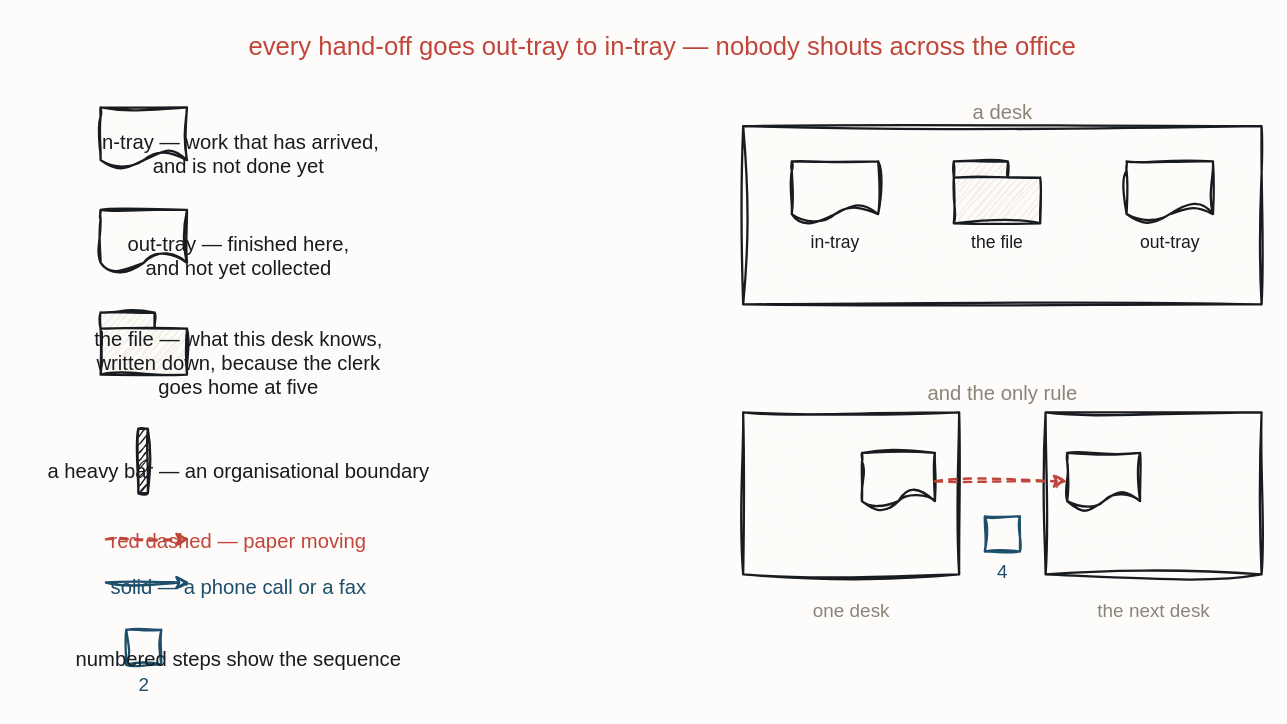
Before: resources/paper-notation-key.drawio in iancooper/practical-messaging, a draw.io diagram. Source tidied: cells renumbered, new cells numbered last; positions are measured from the earlier drawing's top-left corner, leaving out a move shared by most shapes. Both pictures are drawn from the tidied source at 135%, with x=0, y=0 at pixel (100, 23).
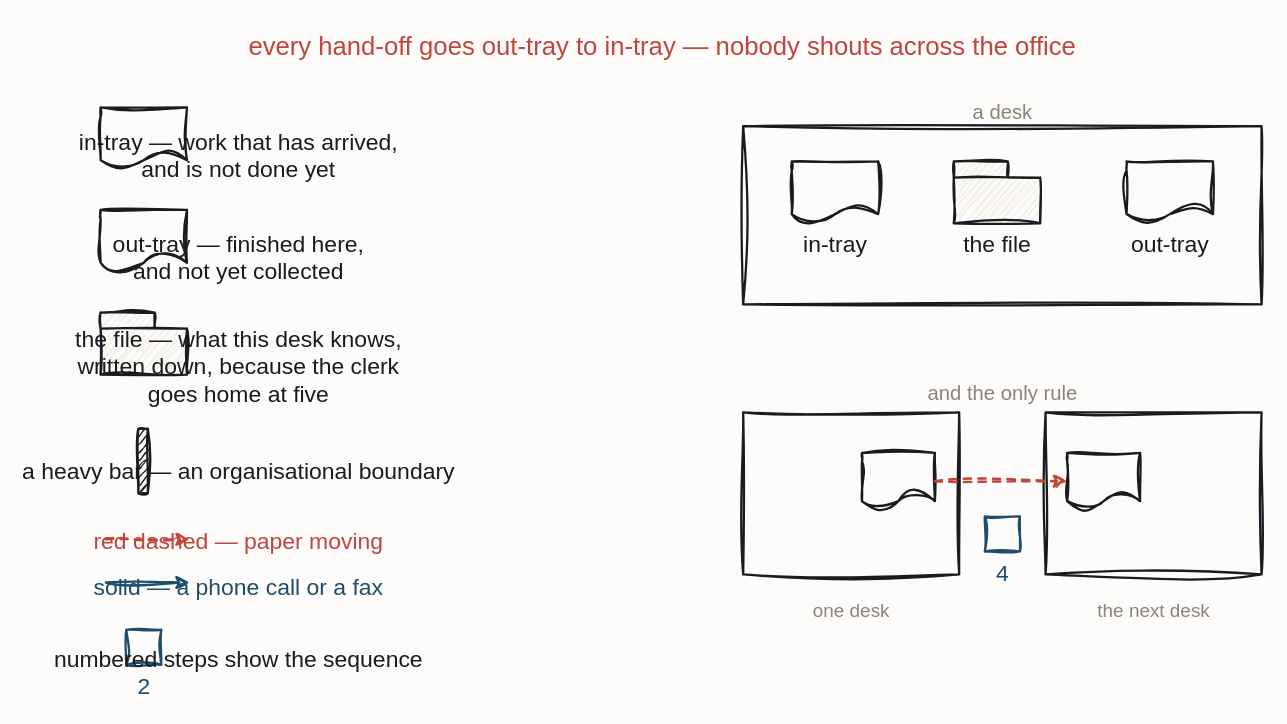
The same page after the edit.

The change refers to these unchanged cells:
```xml
<mxCell id="23" style="sketch=1;hachureGap=4;jiggle=2;curveFitting=1;fontFamily=Caveat;html=1;shape=document;boundedLbl=1;verticalLabelPosition=bottom;verticalAlign=top;strokeColor=#181B1F;strokeWidth=1.7;fillColor=#FDFCFA;fontColor=#181B1F;fontSize=13;" parent="1" vertex="1">
  <mxGeometry x="564" y="318" width="54" height="42" as="geometry" />
</mxCell>
<mxCell id="24" style="sketch=1;hachureGap=4;jiggle=2;curveFitting=1;fontFamily=Caveat;html=1;shape=document;boundedLbl=1;verticalLabelPosition=bottom;verticalAlign=top;strokeColor=#181B1F;strokeWidth=1.7;fillColor=#FDFCFA;fontColor=#181B1F;fontSize=13;" parent="1" vertex="1">
  <mxGeometry x="716" y="318" width="54" height="42" as="geometry" />
</mxCell>
```

What changed in the source:
```diff
@@
-    <mxCell id="4" value="in-tray — work that has arrived,&#10;and is not done yet" style="text;html=1;align=center;fontFamily=Caveat;fontSize=15;fontColor=#181B1F;" parent="1" vertex="1">
+    <mxCell id="4" value="in-tray — work that has arrived,&#10;and is not done yet" style="text;html=1;align=center;fontFamily=Caveat;fontSize=17;fontColor=#181B1F;" parent="1" vertex="1">
       <mxGeometry x="42" y="72" width="120" height="20" as="geometry" />
     </mxCell>
@@
-    <mxCell id="6" value="out-tray — finished here,&#10;and not yet collected" style="text;html=1;align=center;fontFamily=Caveat;fontSize=15;fontColor=#181B1F;" parent="1" vertex="1">
+    <mxCell id="6" value="out-tray — finished here,&#10;and not yet collected" style="text;html=1;align=center;fontFamily=Caveat;fontSize=17;fontColor=#181B1F;" parent="1" vertex="1">
       <mxGeometry x="42" y="148" width="120" height="20" as="geometry" />
     </mxCell>
@@
-    <mxCell id="8" value="the file — what this desk knows,&#10;written down, because the clerk&#10;goes home at five" style="text;html=1;align=center;fontFamily=Caveat;fontSize=15;fontColor=#181B1F;" parent="1" vertex="1">
+    <mxCell id="8" value="the file — what this desk knows,&#10;written down, because the clerk&#10;goes home at five" style="text;html=1;align=center;fontFamily=Caveat;fontSize=17;fontColor=#181B1F;" parent="1" vertex="1">
       <mxGeometry x="42" y="218" width="120" height="20" as="geometry" />
     </mxCell>
@@
-    <mxCell id="10" value="a heavy bar — an organisational boundary" style="text;html=1;align=center;fontFamily=Caveat;fontSize=15;fontColor=#181B1F;" parent="1" vertex="1">
+    <mxCell id="10" value="a heavy bar — an organisational boundary" style="text;html=1;align=center;fontFamily=Caveat;fontSize=17;fontColor=#181B1F;" parent="1" vertex="1">
       <mxGeometry x="42" y="316" width="120" height="20" as="geometry" />
     </mxCell>
-    <mxCell id="11" value="red dashed — paper moving" style="text;html=1;align=center;fontFamily=Caveat;fontSize=15;fontColor=#C0453B;" parent="1" vertex="1">
+    <mxCell id="11" value="red dashed — paper moving" style="text;html=1;align=center;fontFamily=Caveat;fontSize=17;fontColor=#C0453B;" parent="1" vertex="1">
       <mxGeometry x="42" y="368" width="120" height="20" as="geometry" />
     </mxCell>
-    <mxCell id="12" value="solid — a phone call or a fax" style="text;html=1;align=center;fontFamily=Caveat;fontSize=15;fontColor=#1D4E6B;" parent="1" vertex="1">
+    <mxCell id="12" value="solid — a phone call or a fax" style="text;html=1;align=center;fontFamily=Caveat;fontSize=17;fontColor=#1D4E6B;" parent="1" vertex="1">
       <mxGeometry x="42" y="402" width="120" height="20" as="geometry" />
     </mxCell>
-    <mxCell id="13" value="2" style="sketch=1;hachureGap=4;jiggle=2;curveFitting=1;fontFamily=Caveat;html=1;rounded=0;verticalLabelPosition=bottom;verticalAlign=top;strokeColor=#1D4E6B;strokeWidth=1.7;fillColor=#FDFCFA;fontColor=#1D4E6B;fontSize=14;" parent="1" vertex="1">
+    <mxCell id="13" value="2" style="sketch=1;hachureGap=4;jiggle=2;curveFitting=1;fontFamily=Caveat;html=1;rounded=0;verticalLabelPosition=bottom;verticalAlign=top;strokeColor=#1D4E6B;strokeWidth=1.7;fillColor=#FDFCFA;fontColor=#1D4E6B;fontSize=17;" parent="1" vertex="1">
       <mxGeometry x="19" y="449" width="26" height="26" as="geometry" />
     </mxCell>
-    <mxCell id="14" value="numbered steps show the sequence" style="text;html=1;align=center;fontFamily=Caveat;fontSize=15;fontColor=#181B1F;" parent="1" vertex="1">
+    <mxCell id="14" value="numbered steps show the sequence" style="text;html=1;align=center;fontFamily=Caveat;fontSize=17;fontColor=#181B1F;" parent="1" vertex="1">
       <mxGeometry x="42" y="455" width="120" height="20" as="geometry" />
     </mxCell>
@@
-    <mxCell id="17" value="in-tray" style="sketch=1;hachureGap=4;jiggle=2;curveFitting=1;fontFamily=Caveat;html=1;shape=document;boundedLbl=1;verticalLabelPosition=bottom;verticalAlign=top;strokeColor=#181B1F;strokeWidth=1.7;fillColor=#FDFCFA;fontColor=#181B1F;fontSize=13;" parent="1" vertex="1">
+    <mxCell id="17" value="in-tray" style="sketch=1;hachureGap=4;jiggle=2;curveFitting=1;fontFamily=Caveat;html=1;shape=document;boundedLbl=1;verticalLabelPosition=bottom;verticalAlign=top;strokeColor=#181B1F;strokeWidth=1.7;fillColor=#FDFCFA;fontColor=#181B1F;fontSize=17;" parent="1" vertex="1">
       <mxGeometry x="512" y="102" width="64" height="46" as="geometry" />
     </mxCell>
-    <mxCell id="18" value="the file" style="sketch=1;hachureGap=4;jiggle=2;curveFitting=1;fontFamily=Caveat;html=1;shape=folder;tabWidth=40;tabHeight=12;tabPosition=left;verticalLabelPosition=bottom;verticalAlign=top;strokeColor=#181B1F;strokeWidth=1.7;fillColor=#F3EFE6;fontColor=#181B1F;fontSize=13;" parent="1" vertex="1">
+    <mxCell id="18" value="the file" style="sketch=1;hachureGap=4;jiggle=2;curveFitting=1;fontFamily=Caveat;html=1;shape=folder;tabWidth=40;tabHeight=12;tabPosition=left;verticalLabelPosition=bottom;verticalAlign=top;strokeColor=#181B1F;strokeWidth=1.7;fillColor=#F3EFE6;fontColor=#181B1F;fontSize=17;" parent="1" vertex="1">
       <mxGeometry x="632" y="102" width="64" height="46" as="geometry" />
     </mxCell>
-    <mxCell id="19" value="out-tray" style="sketch=1;hachureGap=4;jiggle=2;curveFitting=1;fontFamily=Caveat;html=1;shape=document;boundedLbl=1;verticalLabelPosition=bottom;verticalAlign=top;strokeColor=#181B1F;strokeWidth=1.7;fillColor=#FDFCFA;fontColor=#181B1F;fontSize=13;" parent="1" vertex="1">
+    <mxCell id="19" value="out-tray" style="sketch=1;hachureGap=4;jiggle=2;curveFitting=1;fontFamily=Caveat;html=1;shape=document;boundedLbl=1;verticalLabelPosition=bottom;verticalAlign=top;strokeColor=#181B1F;strokeWidth=1.7;fillColor=#FDFCFA;fontColor=#181B1F;fontSize=17;" parent="1" vertex="1">
       <mxGeometry x="760" y="102" width="64" height="46" as="geometry" />
     </mxCell>
@@
-    <mxCell id="25" value="4" style="sketch=1;hachureGap=4;jiggle=2;curveFitting=1;fontFamily=Caveat;html=1;rounded=0;verticalLabelPosition=bottom;verticalAlign=top;strokeColor=#1D4E6B;strokeWidth=1.7;fillColor=#FDFCFA;fontColor=#1D4E6B;fontSize=14;" parent="1" vertex="1">
+    <mxCell id="25" value="4" style="sketch=1;hachureGap=4;jiggle=2;curveFitting=1;fontFamily=Caveat;html=1;rounded=0;verticalLabelPosition=bottom;verticalAlign=top;strokeColor=#1D4E6B;strokeWidth=1.7;fillColor=#FDFCFA;fontColor=#1D4E6B;fontSize=17;" parent="1" vertex="1">
       <mxGeometry x="655" y="365" width="26" height="26" as="geometry" />
     </mxCell>
@@
-    <mxCell id="28" style="sketch=1;jiggle=2;curveFitting=1;edgeStyle=none;rounded=0;strokeColor=#C0453B;strokeWidth=1.8;fontFamily=Caveat;fontSize=15;fontColor=#C0453B;html=1;dashed=1;" parent="1" edge="1">
+    <mxCell id="28" style="sketch=1;jiggle=2;curveFitting=1;edgeStyle=none;rounded=0;strokeColor=#C0453B;strokeWidth=1.8;fontFamily=Caveat;fontSize=17;fontColor=#C0453B;html=1;dashed=1;" parent="1" edge="1">
       <mxGeometry relative="1" as="geometry">
         <mxPoint x="4" y="382" as="sourcePoint" />
         <mxPoint x="66" y="382" as="targetPoint" />
       </mxGeometry>
     </mxCell>
-    <mxCell id="29" style="sketch=1;jiggle=2;curveFitting=1;edgeStyle=none;rounded=0;strokeColor=#1D4E6B;strokeWidth=1.8;fontFamily=Caveat;fontSize=15;fontColor=#1D4E6B;html=1;" parent="1" edge="1">
+    <mxCell id="29" style="sketch=1;jiggle=2;curveFitting=1;edgeStyle=none;rounded=0;strokeColor=#1D4E6B;strokeWidth=1.8;fontFamily=Caveat;fontSize=17;fontColor=#1D4E6B;html=1;" parent="1" edge="1">
       <mxGeometry relative="1" as="geometry">
         <mxPoint x="4" y="414" as="sourcePoint" />
         <mxPoint x="66" y="414" as="targetPoint" />
       </mxGeometry>
     </mxCell>
-    <mxCell id="30" style="sketch=1;jiggle=2;curveFitting=1;edgeStyle=none;rounded=0;strokeColor=#C0453B;strokeWidth=1.8;fontFamily=Caveat;fontSize=15;fontColor=#C0453B;html=1;dashed=1;exitX=1.0;exitY=0.5;exitDx=0;exitDy=0;entryX=0.0;entryY=0.5;entryDx=0;entryDy=0;" parent="1" edge="1" source="23" target="24">
+    <mxCell id="30" style="sketch=1;jiggle=2;curveFitting=1;edgeStyle=none;rounded=0;strokeColor=#C0453B;strokeWidth=1.8;fontFamily=Caveat;fontSize=17;fontColor=#C0453B;html=1;dashed=1;exitX=1.0;exitY=0.5;exitDx=0;exitDy=0;entryX=0.0;entryY=0.5;entryDx=0;entryDy=0;" parent="1" edge="1" source="23" target="24">
       <mxGeometry relative="1" as="geometry" />
     </mxCell>
```
